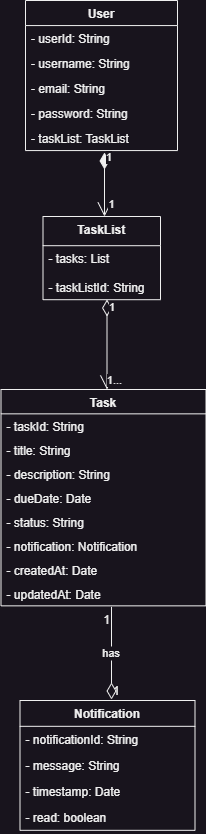
Above: Todo Diagram/To_Do_application_Class_Diagram.drawio.png in Sammyalade/toDoApplication (draw.io), before the change. Source tidied: cells renumbered, new cells last; positions are measured from the earlier drawing's top-left corner, leaving out a move shared by most shapes. Source of this version:
```xml
<mxGraphModel>
  <root>
    <mxCell id="0" />
    <mxCell id="1" parent="0" />
    <mxCell id="2" value="User" style="swimlane;fontStyle=1;align=center;verticalAlign=top;horizontal=1;startSize=25.066666666666666;" parent="1" vertex="1">
      <mxGeometry x="24" width="152" height="150.1" as="geometry" />
    </mxCell>
    <mxCell id="3" value="- userId: String" style="text;strokeColor=none;fillColor=none;align=left;verticalAlign=top;spacingLeft=4;spacingRight=4;overflow=hidden;" parent="2" vertex="1">
      <mxGeometry y="25.1" width="152" height="25" as="geometry" />
    </mxCell>
    <mxCell id="4" value="- username: String" style="text;strokeColor=none;fillColor=none;align=left;verticalAlign=top;spacingLeft=4;spacingRight=4;overflow=hidden;" parent="2" vertex="1">
      <mxGeometry y="50.1" width="152" height="25" as="geometry" />
    </mxCell>
    <mxCell id="5" value="- email: String" style="text;strokeColor=none;fillColor=none;align=left;verticalAlign=top;spacingLeft=4;spacingRight=4;overflow=hidden;" parent="2" vertex="1">
      <mxGeometry y="75.1" width="152" height="25" as="geometry" />
    </mxCell>
    <mxCell id="6" value="- password: String" style="text;strokeColor=none;fillColor=none;align=left;verticalAlign=top;spacingLeft=4;spacingRight=4;overflow=hidden;" parent="2" vertex="1">
      <mxGeometry y="100.1" width="152" height="25" as="geometry" />
    </mxCell>
    <mxCell id="7" value="- taskList: TaskList" style="text;strokeColor=none;fillColor=none;align=left;verticalAlign=top;spacingLeft=4;spacingRight=4;overflow=hidden;" parent="2" vertex="1">
      <mxGeometry y="125.1" width="152" height="25" as="geometry" />
    </mxCell>
    <mxCell id="8" value="Notification" style="swimlane;fontStyle=1;align=center;verticalAlign=top;horizontal=1;startSize=25.818181818181817;" parent="1" vertex="1">
      <mxGeometry x="18.5" y="700" width="175" height="129.8" as="geometry" />
    </mxCell>
    <mxCell id="9" value="- notificationId: String" style="text;strokeColor=none;fillColor=none;align=left;verticalAlign=top;spacingLeft=4;spacingRight=4;overflow=hidden;" parent="8" vertex="1">
      <mxGeometry y="25.8" width="175" height="26" as="geometry" />
    </mxCell>
    <mxCell id="10" value="- message: String" style="text;strokeColor=none;fillColor=none;align=left;verticalAlign=top;spacingLeft=4;spacingRight=4;overflow=hidden;" parent="8" vertex="1">
      <mxGeometry y="51.8" width="175" height="26" as="geometry" />
    </mxCell>
    <mxCell id="11" value="- timestamp: Date" style="text;strokeColor=none;fillColor=none;align=left;verticalAlign=top;spacingLeft=4;spacingRight=4;overflow=hidden;" parent="8" vertex="1">
      <mxGeometry y="77.8" width="175" height="26" as="geometry" />
    </mxCell>
    <mxCell id="12" value="- read: boolean" style="text;strokeColor=none;fillColor=none;align=left;verticalAlign=top;spacingLeft=4;spacingRight=4;overflow=hidden;" parent="8" vertex="1">
      <mxGeometry y="103.8" width="175" height="26" as="geometry" />
    </mxCell>
    <mxCell id="13" value="has" style="curved=1;startArrow=none;endArrow=diamondThin;endSize=14;endFill=0;exitX=0.49918064024390246;exitY=1;entryX=0.49904017857142857;entryY=0;rounded=0;" parent="1" edge="1">
      <mxGeometry relative="1" as="geometry">
        <mxPoint x="110" y="606.3" as="sourcePoint" />
        <mxPoint x="110" y="699" as="targetPoint" />
      </mxGeometry>
    </mxCell>
    <mxCell id="14" value="1" style="edgeLabel;labelBackgroundColor=none;fontSize=12;align=right;verticalAlign=top;" parent="13" vertex="1">
      <mxGeometry x="-1" relative="1" as="geometry" />
    </mxCell>
    <mxCell id="15" value="1" style="edgeLabel;labelBackgroundColor=none;fontSize=12;align=left;verticalAlign=bottom;" parent="13" vertex="1">
      <mxGeometry x="1" relative="1" as="geometry" />
    </mxCell>
    <mxCell id="16" value="Task" style="swimlane;fontStyle=1;align=center;verticalAlign=top;horizontal=1;startSize=24.347826086956523;" parent="1" vertex="1">
      <mxGeometry x="-0.5" y="389" width="205" height="216.3" as="geometry" />
    </mxCell>
    <mxCell id="17" value="- taskId: String" style="text;strokeColor=none;fillColor=none;align=left;verticalAlign=top;spacingLeft=4;spacingRight=4;overflow=hidden;" parent="16" vertex="1">
      <mxGeometry y="24.3" width="205" height="24" as="geometry" />
    </mxCell>
    <mxCell id="18" value="- title: String" style="text;strokeColor=none;fillColor=none;align=left;verticalAlign=top;spacingLeft=4;spacingRight=4;overflow=hidden;" parent="16" vertex="1">
      <mxGeometry y="48.3" width="205" height="24" as="geometry" />
    </mxCell>
    <mxCell id="19" value="- description: String" style="text;strokeColor=none;fillColor=none;align=left;verticalAlign=top;spacingLeft=4;spacingRight=4;overflow=hidden;" parent="16" vertex="1">
      <mxGeometry y="72.3" width="205" height="24" as="geometry" />
    </mxCell>
    <mxCell id="20" value="- dueDate: Date" style="text;strokeColor=none;fillColor=none;align=left;verticalAlign=top;spacingLeft=4;spacingRight=4;overflow=hidden;" parent="16" vertex="1">
      <mxGeometry y="96.3" width="205" height="24" as="geometry" />
    </mxCell>
    <mxCell id="21" value="- status: String" style="text;strokeColor=none;fillColor=none;align=left;verticalAlign=top;spacingLeft=4;spacingRight=4;overflow=hidden;" parent="16" vertex="1">
      <mxGeometry y="120.3" width="205" height="24" as="geometry" />
    </mxCell>
    <mxCell id="22" value="- notification: Notification" style="text;strokeColor=none;fillColor=none;align=left;verticalAlign=top;spacingLeft=4;spacingRight=4;overflow=hidden;" parent="16" vertex="1">
      <mxGeometry y="144.3" width="205" height="24" as="geometry" />
    </mxCell>
    <mxCell id="23" value="- createdAt: Date" style="text;strokeColor=none;fillColor=none;align=left;verticalAlign=top;spacingLeft=4;spacingRight=4;overflow=hidden;" parent="16" vertex="1">
      <mxGeometry y="168.3" width="205" height="24" as="geometry" />
    </mxCell>
    <mxCell id="24" value="- updatedAt: Date" style="text;strokeColor=none;fillColor=none;align=left;verticalAlign=top;spacingLeft=4;spacingRight=4;overflow=hidden;" parent="16" vertex="1">
      <mxGeometry y="192.3" width="205" height="24" as="geometry" />
    </mxCell>
    <mxCell id="25" value="TaskList" style="swimlane;fontStyle=1;align=center;verticalAlign=top;horizontal=1;startSize=29.2;" parent="1" vertex="1">
      <mxGeometry x="41.5" y="216" width="117.5" height="83.2" as="geometry" />
    </mxCell>
    <mxCell id="26" value="- tasks: List" style="text;strokeColor=none;fillColor=none;align=left;verticalAlign=top;spacingLeft=4;spacingRight=4;overflow=hidden;" parent="25" vertex="1">
      <mxGeometry y="29.2" width="117.5" height="29" as="geometry" />
    </mxCell>
    <mxCell id="27" value="- taskListId: String" style="text;strokeColor=none;fillColor=none;align=left;verticalAlign=top;spacingLeft=4;spacingRight=4;overflow=hidden;" parent="25" vertex="1">
      <mxGeometry y="58.2" width="117.5" height="25" as="geometry" />
    </mxCell>
    <mxCell id="28" value="1" style="endArrow=open;html=1;endSize=12;startArrow=diamondThin;startSize=14;startFill=1;edgeStyle=orthogonalEdgeStyle;align=left;verticalAlign=bottom;rounded=0;" parent="1" edge="1">
      <mxGeometry x="-0.56" relative="1" as="geometry">
        <mxPoint x="103" y="152" as="sourcePoint" />
        <mxPoint x="103" y="216" as="targetPoint" />
      </mxGeometry>
    </mxCell>
    <mxCell id="29" value="1" style="edgeLabel;html=1;align=center;verticalAlign=middle;" parent="28" vertex="1">
      <mxGeometry x="0.59" y="6" relative="1" as="geometry" />
    </mxCell>
    <mxCell id="30" value="1" style="endArrow=open;html=1;endSize=12;startArrow=diamondThin;startSize=14;startFill=0;edgeStyle=orthogonalEdgeStyle;align=left;verticalAlign=bottom;rounded=0;" parent="1" edge="1">
      <mxGeometry x="-0.62" relative="1" as="geometry">
        <mxPoint x="105.5" y="299" as="sourcePoint" />
        <mxPoint x="105.5" y="389" as="targetPoint" />
      </mxGeometry>
    </mxCell>
    <mxCell id="31" value="1..." style="edgeLabel;html=1;align=center;verticalAlign=middle;" parent="30" vertex="1">
      <mxGeometry x="0.78" y="7" relative="1" as="geometry" />
    </mxCell>
  </root>
</mxGraphModel>
```
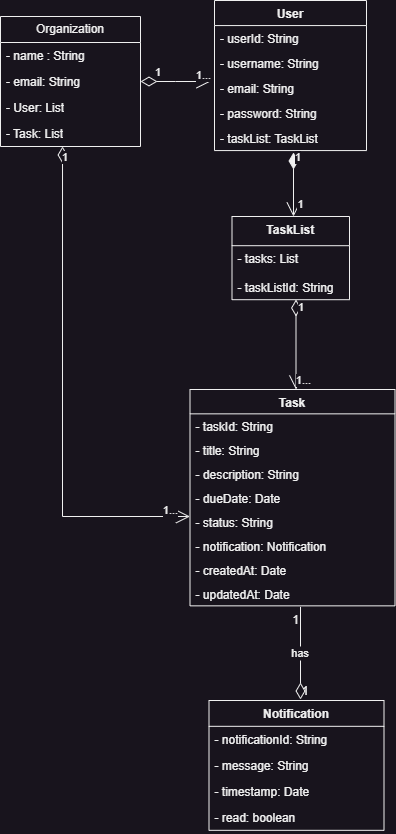
The same diagram one commit later.

Change to the diagram source:
```diff
@@ -101,5 +101,41 @@
     <mxCell id="31" value="1..." style="edgeLabel;html=1;align=center;verticalAlign=middle;" parent="30" vertex="1">
       <mxGeometry x="0.78" y="7" relative="1" as="geometry" />
     </mxCell>
+    <mxCell id="32" value="Organization" style="swimlane;fontStyle=0;horizontal=1;startSize=26;fillColor=none;whiteSpace=wrap;html=1;" parent="1" vertex="1">
+      <mxGeometry x="-190" y="16" width="140" height="130" as="geometry" />
+    </mxCell>
+    <mxCell id="33" value="- name : String" style="text;strokeColor=none;fillColor=none;align=left;verticalAlign=top;spacingLeft=4;spacingRight=4;overflow=hidden;whiteSpace=wrap;html=1;" parent="32" vertex="1">
+      <mxGeometry y="26" width="140" height="26" as="geometry" />
+    </mxCell>
+    <mxCell id="34" value="- email: String" style="text;strokeColor=none;fillColor=none;align=left;verticalAlign=top;spacingLeft=4;spacingRight=4;overflow=hidden;points=[[0,0.5],[1,0.5]];portConstraint=eastwest;whiteSpace=wrap;html=1;" parent="32" vertex="1">
+      <mxGeometry y="52" width="140" height="26" as="geometry" />
+    </mxCell>
+    <mxCell id="35" value="- User: List" style="text;strokeColor=none;fillColor=none;align=left;verticalAlign=top;spacingLeft=4;spacingRight=4;overflow=hidden;whiteSpace=wrap;html=1;" parent="32" vertex="1">
+      <mxGeometry y="78" width="140" height="26" as="geometry" />
+    </mxCell>
+    <mxCell id="36" value="- Task: List" style="text;strokeColor=none;fillColor=none;align=left;verticalAlign=top;spacingLeft=4;spacingRight=4;overflow=hidden;points=[[0,0.5],[1,0.5]];portConstraint=eastwest;whiteSpace=wrap;html=1;" parent="32" vertex="1">
+      <mxGeometry y="104" width="140" height="26" as="geometry" />
+    </mxCell>
+    <mxCell id="37" value="1" style="endArrow=open;html=1;endSize=12;startArrow=diamondThin;startSize=14;startFill=0;edgeStyle=orthogonalEdgeStyle;align=left;verticalAlign=bottom;rounded=0;exitX=1;exitY=0.5;exitDx=0;exitDy=0;" parent="1" edge="1" source="34">
+      <mxGeometry x="-0.62" relative="1" as="geometry">
+        <mxPoint x="20" y="81" as="targetPoint" />
+      </mxGeometry>
+    </mxCell>
+    <mxCell id="38" value="1..." style="edgeLabel;html=1;align=center;verticalAlign=middle;" parent="37" vertex="1">
+      <mxGeometry x="0.78" y="7" relative="1" as="geometry" />
+    </mxCell>
+    <mxCell id="39" value="1" style="endArrow=open;html=1;endSize=12;startArrow=diamondThin;startSize=14;startFill=0;edgeStyle=orthogonalEdgeStyle;align=left;verticalAlign=bottom;rounded=0;exitX=0.443;exitY=1;exitDx=0;exitDy=0;exitPerimeter=0;" parent="1" edge="1" source="36">
+      <mxGeometry x="-0.92" y="-2" relative="1" as="geometry">
+        <mxPoint x="-0.5" y="516" as="targetPoint" />
+        <Array as="points">
+          <mxPoint x="-128" y="516" />
+        </Array>
+      </mxGeometry>
+    </mxCell>
+    <mxCell id="40" value="1..." style="edgeLabel;html=1;align=center;verticalAlign=middle;" parent="39" vertex="1">
+      <mxGeometry x="0.78" y="7" relative="1" as="geometry">
+        <mxPoint x="36" as="offset" />
+      </mxGeometry>
+    </mxCell>
   </root>
 </mxGraphModel>
```
